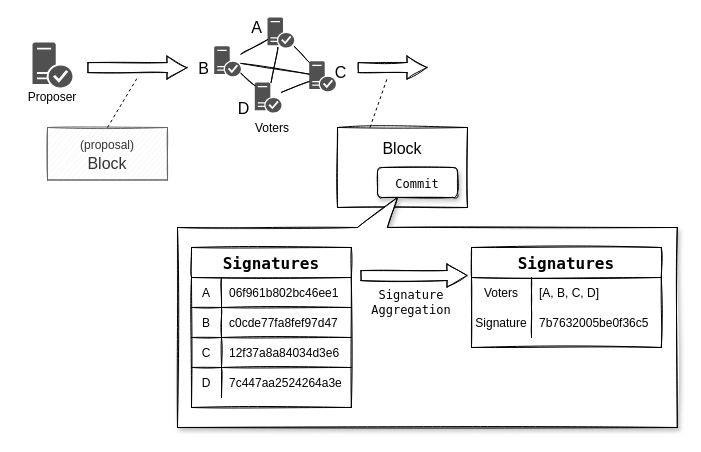
Before: page "Signature Aggregation" (6 of 8) of docs/static/figures.drawio in Finschia/ostracon, a draw.io diagram. Source tidied: cells renumbered, new cells numbered last; positions are measured from the earlier drawing's top-left corner, leaving out a move shared by most shapes. Both pictures are drawn from the tidied source at 100%, with x=0, y=0 at pixel (17, 17). Pictures stored in the file or linked from it are replaced by grey dashed boxes.
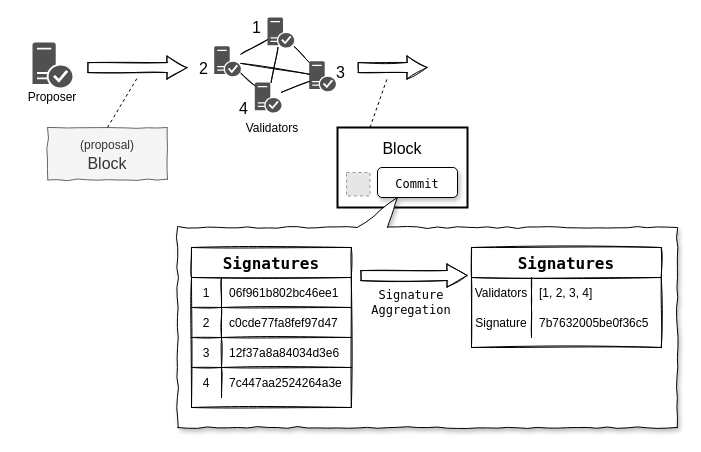
The same diagram, later.

The change refers to these unchanged cells:
```xml
<mxCell id="9" style="shape=partialRectangle;fillColor=none;top=0;left=0;bottom=0;right=0;" parent="8" vertex="1">
  <mxGeometry y="30" width="159.8" height="30" as="geometry" />
</mxCell>
<mxCell id="12" style="shape=partialRectangle;fillColor=none;top=0;left=0;bottom=0;right=0;" parent="8" vertex="1">
  <mxGeometry y="60" width="159.8" height="30" as="geometry" />
</mxCell>
<mxCell id="15" style="shape=partialRectangle;fillColor=none;top=0;left=0;bottom=0;right=0;" parent="8" vertex="1">
  <mxGeometry y="90" width="159.8" height="30" as="geometry" />
</mxCell>
<mxCell id="18" style="shape=partialRectangle;fillColor=none;top=0;left=0;bottom=0;right=0;" parent="8" vertex="1">
  <mxGeometry y="120" width="159.8" height="30" as="geometry" />
</mxCell>
<mxCell id="22" style="shape=partialRectangle;fillColor=none;top=0;left=0;bottom=0;right=0;" parent="21" vertex="1">
  <mxGeometry y="30" width="189.8" height="30" as="geometry" />
</mxCell>
<mxCell id="28" style="group;" parent="1" vertex="1">
  <mxGeometry x="170" width="170.3" height="101.2" as="geometry" />
</mxCell>
```

The edit, as a diff of the source:
```diff
@@
-    <mxCell id="2" value="&lt;font style=&quot;font-size: 16px&quot;&gt;Block&lt;br&gt;&lt;br&gt;&lt;br&gt;&lt;/font&gt;" style="rounded=0;whiteSpace=wrap;html=1;sketch=1;" parent="1" vertex="1">
+    <mxCell id="2" value="&lt;font style=&quot;font-size: 16px&quot;&gt;Block&lt;br&gt;&lt;br&gt;&lt;br&gt;&lt;/font&gt;" style="rounded=0;whiteSpace=wrap;html=1;strokeWidth=2;" parent="1" vertex="1">
       <mxGeometry x="320" y="110" width="130" height="80" as="geometry" />
     </mxCell>
-    <mxCell id="3" style="shape=callout;whiteSpace=wrap;html=1;perimeter=calloutPerimeter;rounded=0;shadow=1;comic=0;fontFamily=Lucida Console;fontSize=16;fontColor=#000000;startSize=24;align=left;rotation=-180;size=30;position=0.58;base=30;position2=0.56;sketch=1;" parent="1" vertex="1">
+    <mxCell id="3" style="shape=callout;whiteSpace=wrap;html=1;perimeter=calloutPerimeter;rounded=0;shadow=1;comic=1;fontFamily=Lucida Console;fontSize=16;fontColor=#000000;startSize=24;align=left;rotation=-180;size=30;position=0.58;base=30;position2=0.56;" parent="1" vertex="1">
       <mxGeometry x="160" y="180" width="499.8" height="230" as="geometry" />
     </mxCell>
-    <mxCell id="4" value="(proposal)&lt;font style=&quot;font-size: 16px&quot;&gt;&lt;br&gt;Block&lt;/font&gt;" style="rounded=0;whiteSpace=wrap;html=1;fillColor=#f5f5f5;strokeColor=#666666;fontColor=#333333;sketch=1;" parent="1" vertex="1">
+    <mxCell id="4" value="(proposal)&lt;font style=&quot;font-size: 16px&quot;&gt;&lt;br&gt;Block&lt;/font&gt;" style="rounded=0;whiteSpace=wrap;html=1;fillColor=#f5f5f5;strokeColor=#666666;fontColor=#333333;comic=1;" parent="1" vertex="1">
       <mxGeometry x="30" y="110" width="120" height="52.5" as="geometry" />
     </mxCell>
@@
-    <mxCell id="7" value="Voters" style="text;html=1;strokeColor=none;fillColor=none;align=center;verticalAlign=middle;whiteSpace=wrap;rounded=0;" parent="1" vertex="1">
+    <mxCell id="7" value="Validators" style="text;html=1;strokeColor=none;fillColor=none;align=center;verticalAlign=middle;whiteSpace=wrap;rounded=0;" parent="1" vertex="1">
       <mxGeometry x="220.2" y="101.2" width="70" height="20" as="geometry" />
     </mxCell>
@@
-    <mxCell id="10" value="A" style="shape=partialRectangle;fillColor=none;top=0;left=0;bottom=0;right=0;overflow=hidden;" parent="9" vertex="1">
+    <mxCell id="10" value="1" style="shape=partialRectangle;fillColor=none;top=0;left=0;bottom=0;right=0;overflow=hidden;" parent="9" vertex="1">
       <mxGeometry width="30" height="30" as="geometry" />
     </mxCell>
@@
-    <mxCell id="13" value="B" style="shape=partialRectangle;fillColor=none;top=0;left=0;bottom=0;right=0;overflow=hidden;" parent="12" vertex="1">
+    <mxCell id="13" value="2" style="shape=partialRectangle;fillColor=none;top=0;left=0;bottom=0;right=0;overflow=hidden;" parent="12" vertex="1">
       <mxGeometry width="30" height="30" as="geometry" />
     </mxCell>
@@
-    <mxCell id="16" value="C" style="shape=partialRectangle;fillColor=none;top=0;left=0;bottom=0;right=0;overflow=hidden;" parent="15" vertex="1">
+    <mxCell id="16" value="3" style="shape=partialRectangle;fillColor=none;top=0;left=0;bottom=0;right=0;overflow=hidden;" parent="15" vertex="1">
       <mxGeometry width="30" height="30" as="geometry" />
     </mxCell>
@@
-    <mxCell id="19" value="D" style="shape=partialRectangle;fillColor=none;top=0;left=0;bottom=0;right=0;overflow=hidden;" parent="18" vertex="1">
+    <mxCell id="19" value="4" style="shape=partialRectangle;fillColor=none;top=0;left=0;bottom=0;right=0;overflow=hidden;" parent="18" vertex="1">
       <mxGeometry width="30" height="30" as="geometry" />
     </mxCell>
@@
-    <mxCell id="23" value="Voters" style="shape=partialRectangle;fillColor=none;top=0;left=0;bottom=0;right=0;overflow=hidden;" parent="22" vertex="1">
+    <mxCell id="23" value="Validators" style="shape=partialRectangle;fillColor=none;top=0;left=0;bottom=0;right=0;overflow=hidden;" parent="22" vertex="1">
       <mxGeometry width="60" height="30" as="geometry" />
     </mxCell>
-    <mxCell id="24" value="[A, B, C, D]" style="shape=partialRectangle;fillColor=none;top=0;left=0;bottom=0;right=0;align=left;spacingLeft=6;overflow=hidden;" parent="22" vertex="1">
+    <mxCell id="24" value="[1, 2, 3, 4]" style="shape=partialRectangle;fillColor=none;top=0;left=0;bottom=0;right=0;align=left;spacingLeft=6;overflow=hidden;" parent="22" vertex="1">
       <mxGeometry x="60" width="129.8" height="30" as="geometry" />
     </mxCell>
@@
-    <mxCell id="29" value="D" style="text;html=1;strokeColor=none;fillColor=none;align=center;verticalAlign=middle;whiteSpace=wrap;rounded=0;fontSize=16;" parent="28" vertex="1">
+    <mxCell id="29" value="4" style="text;html=1;strokeColor=none;fillColor=none;align=center;verticalAlign=middle;whiteSpace=wrap;rounded=0;fontSize=16;" parent="28" vertex="1">
       <mxGeometry x="40" y="81.2" width="33.3" height="20" as="geometry" />
     </mxCell>
@@
-    <mxCell id="34" value="A" style="text;html=1;strokeColor=none;fillColor=none;align=center;verticalAlign=middle;whiteSpace=wrap;rounded=0;fontSize=16;" parent="28" vertex="1">
+    <mxCell id="34" value="1" style="text;html=1;strokeColor=none;fillColor=none;align=center;verticalAlign=middle;whiteSpace=wrap;rounded=0;fontSize=16;" parent="28" vertex="1">
       <mxGeometry x="53.3" width="33.3" height="20" as="geometry" />
     </mxCell>
-    <mxCell id="35" value="B" style="text;html=1;strokeColor=none;fillColor=none;align=center;verticalAlign=middle;whiteSpace=wrap;rounded=0;fontSize=16;" parent="28" vertex="1">
+    <mxCell id="35" value="2" style="text;html=1;strokeColor=none;fillColor=none;align=center;verticalAlign=middle;whiteSpace=wrap;rounded=0;fontSize=16;" parent="28" vertex="1">
       <mxGeometry y="41.2" width="33.3" height="20" as="geometry" />
     </mxCell>
-    <mxCell id="36" value="C" style="text;html=1;strokeColor=none;fillColor=none;align=center;verticalAlign=middle;whiteSpace=wrap;rounded=0;fontSize=16;" parent="28" vertex="1">
+    <mxCell id="36" value="3" style="text;html=1;strokeColor=none;fillColor=none;align=center;verticalAlign=middle;whiteSpace=wrap;rounded=0;fontSize=16;" parent="28" vertex="1">
       <mxGeometry x="137" y="45" width="33.3" height="20" as="geometry" />
     </mxCell>
@@
-    <mxCell id="47" value="&lt;font style=&quot;font-size: 12px&quot;&gt;Commit&lt;/font&gt;" style="rounded=1;whiteSpace=wrap;html=1;comic=0;fontFamily=Lucida Console;fontSize=16;fontColor=#000000;startSize=24;align=center;shadow=1;sketch=1;" parent="1" vertex="1">
+    <mxCell id="47" value="&lt;font style=&quot;font-size: 12px&quot;&gt;Commit&lt;/font&gt;" style="rounded=1;whiteSpace=wrap;html=1;comic=0;fontFamily=Lucida Console;fontSize=16;fontColor=#000000;startSize=24;align=center;shadow=1;" parent="1" vertex="1">
       <mxGeometry x="360" y="150" width="80" height="30" as="geometry" />
     </mxCell>
@@
+    <mxCell id="50" style="fillColor=#E6E6E6;strokeColor=#999999;dashed=1;html=1;verticalAlign=top;verticalLabelPosition=bottom;labelBackgroundColor=#ffffff;fontColor=#666666;align=center;" parent="1" vertex="1">
+      <mxGeometry x="329" y="155" width="23.5" height="23.5" as="geometry" />
+    </mxCell>
```
